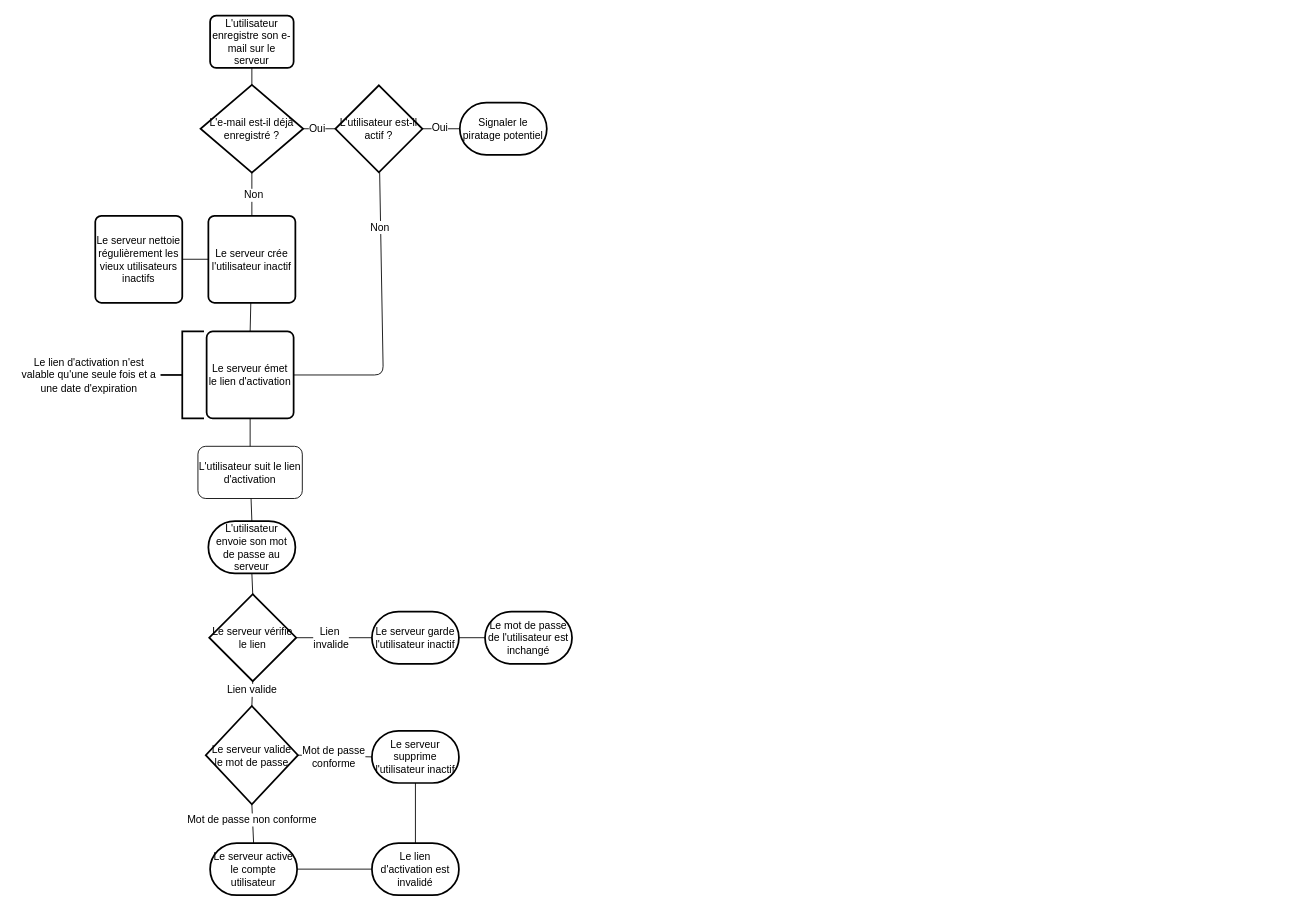
Above: features/Authentication/img/UserRegistration-fr.drawio in shopozor/saleor-backend (draw.io), before the change. Source tidied: cells renumbered, new cells numbered last; positions are measured from the earlier drawing's top-left corner, leaving out a move shared by most shapes. Both pictures are drawn from the tidied source at 87%, with x=0, y=0 at pixel (15, 15).
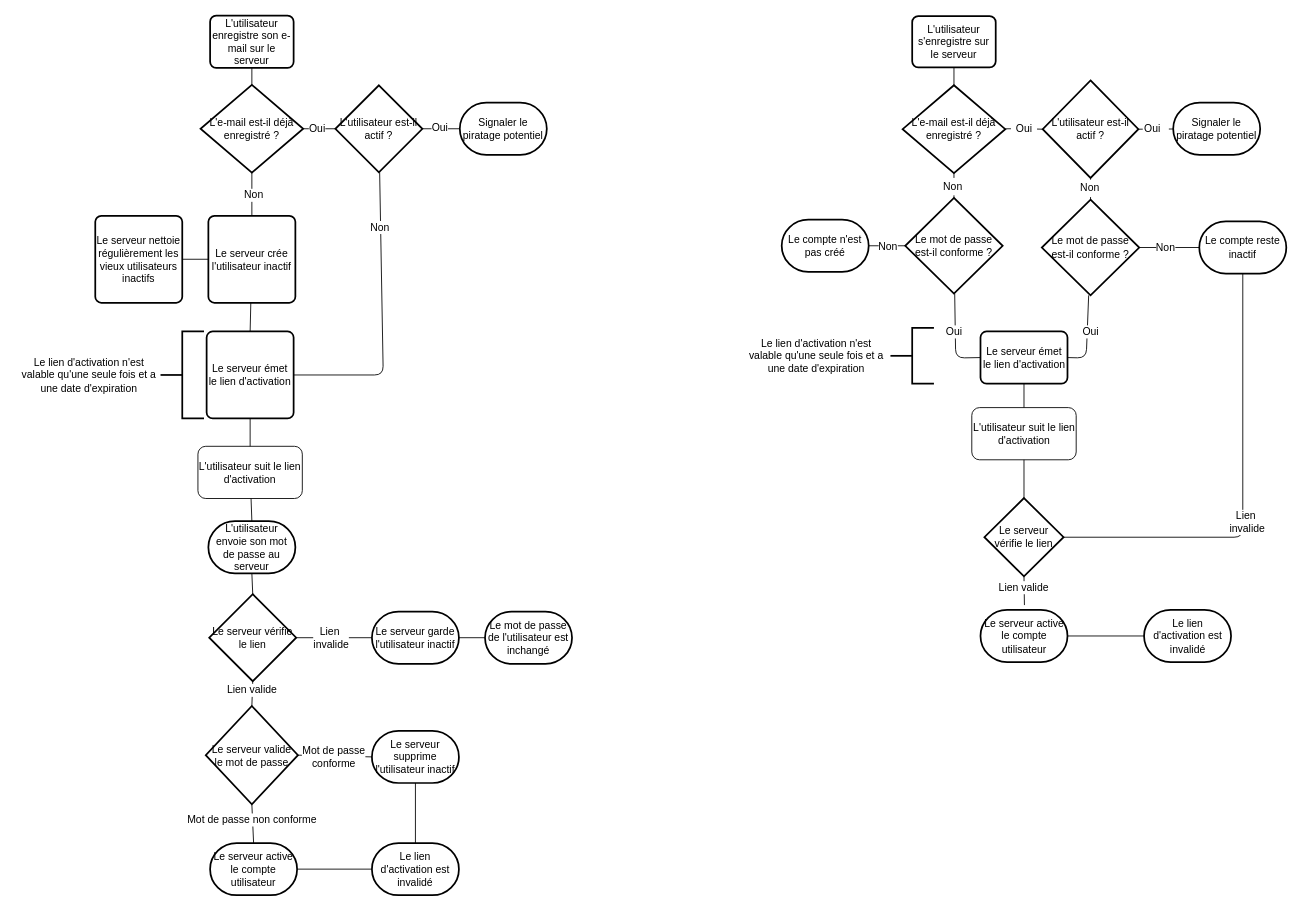
Above is the later version.

Commit message:
draw final flow chart for customer registration

Diff of the diagram source:
```diff
@@
+    <mxCell id="45" value="L'utilisateur s'enregistre sur le serveur" style="rounded=1;whiteSpace=wrap;html=1;absoluteArcSize=1;arcSize=14;strokeWidth=2;" parent="1" vertex="1">
+      <mxGeometry x="1031" y="1" width="96" height="59" as="geometry" />
+    </mxCell>
+    <mxCell id="46" value="L'e-mail est-il déjà enregistré ?" style="strokeWidth=2;html=1;shape=mxgraph.flowchart.decision;whiteSpace=wrap;" parent="1" vertex="1">
+      <mxGeometry x="1020" y="80.5" width="118" height="101" as="geometry" />
+    </mxCell>
+    <mxCell id="47" value="Le mot de passe est-il conforme ?" style="strokeWidth=2;html=1;shape=mxgraph.flowchart.decision;whiteSpace=wrap;" parent="1" vertex="1">
+      <mxGeometry x="1023" y="210" width="112" height="110" as="geometry" />
+    </mxCell>
+    <mxCell id="48" value="L'utilisateur est-il actif ?" style="strokeWidth=2;html=1;shape=mxgraph.flowchart.decision;whiteSpace=wrap;" parent="1" vertex="1">
+      <mxGeometry x="1181" y="75" width="110" height="112" as="geometry" />
+    </mxCell>
+    <mxCell id="49" style="endArrow=none;html=1;entryX=0.5;entryY=0;entryDx=0;entryDy=0;entryPerimeter=0;" parent="1" edge="1" source="45" target="46">
+      <mxGeometry relative="1" as="geometry" />
+    </mxCell>
+    <mxCell id="50" style="endArrow=none;html=1;entryX=0;entryY=0.5;entryDx=0;entryDy=0;entryPerimeter=0;" parent="1" edge="1" source="51" target="48">
+      <mxGeometry relative="1" as="geometry" />
+    </mxCell>
+    <mxCell id="51" value="Oui" style="text;html=1;strokeColor=none;fillColor=none;align=center;verticalAlign=middle;whiteSpace=wrap;rounded=0;" parent="1" vertex="1">
+      <mxGeometry x="1144.5" y="120.5" width="30" height="20" as="geometry" />
+    </mxCell>
+    <mxCell id="52" style="endArrow=none;html=1;entryX=0;entryY=0.5;entryDx=0;entryDy=0;entryPerimeter=0;" parent="1" edge="1" source="46" target="51">
+      <mxGeometry relative="1" as="geometry" />
+    </mxCell>
+    <mxCell id="53" style="endArrow=none;html=1;entryX=0.5;entryY=0;entryDx=0;entryDy=0;entryPerimeter=0;" parent="1" edge="1" source="46" target="47">
+      <mxGeometry relative="1" as="geometry" />
+    </mxCell>
+    <mxCell id="54" value="Non" style="text;html=1;strokeColor=none;fillColor=#ffffff;align=center;verticalAlign=middle;whiteSpace=wrap;rounded=0;" parent="1" vertex="1">
+      <mxGeometry x="1058" y="187" width="40" height="20" as="geometry" />
+    </mxCell>
+    <mxCell id="55" value="Signaler le piratage potentiel" style="strokeWidth=2;html=1;shape=mxgraph.flowchart.terminator;whiteSpace=wrap;" parent="1" vertex="1">
+      <mxGeometry x="1331" y="100.5" width="100" height="60" as="geometry" />
+    </mxCell>
+    <mxCell id="56" style="endArrow=none;html=1;entryX=1;entryY=0.5;entryDx=0;entryDy=0;entryPerimeter=0;" parent="1" edge="1" source="55" target="48">
+      <mxGeometry relative="1" as="geometry" />
+    </mxCell>
+    <mxCell id="57" value="Oui" style="text;html=1;align=left;verticalAlign=top;spacingTop=-4;fillColor=#ffffff;" parent="1" vertex="1">
+      <mxGeometry x="1296" y="121" width="30" height="20" as="geometry" />
+    </mxCell>
+    <mxCell id="58" value="Le serveur émet le lien d'activation" style="rounded=1;whiteSpace=wrap;html=1;absoluteArcSize=1;arcSize=14;strokeWidth=2;" parent="1" vertex="1">
+      <mxGeometry x="1109.5" y="363.5" width="100" height="60" as="geometry" />
+    </mxCell>
+    <mxCell id="59" value="Le mot de passe est-il conforme ?" style="strokeWidth=2;html=1;shape=mxgraph.flowchart.decision;whiteSpace=wrap;" parent="1" vertex="1">
+      <mxGeometry x="1180" y="212" width="112" height="110" as="geometry" />
+    </mxCell>
+    <mxCell id="60" style="endArrow=none;html=1;entryX=0.5;entryY=0;entryDx=0;entryDy=0;entryPerimeter=0;" parent="1" edge="1" source="48" target="59">
+      <mxGeometry relative="1" as="geometry" />
+    </mxCell>
+    <mxCell id="61" value="Non" style="text;html=1;strokeColor=none;fillColor=#ffffff;align=center;verticalAlign=middle;whiteSpace=wrap;rounded=0;" parent="1" vertex="1">
+      <mxGeometry x="1218" y="189" width="35" height="20" as="geometry" />
+    </mxCell>
+    <mxCell id="62" style="endArrow=none;html=1;entryX=1;entryY=0.5;entryDx=0;entryDy=0;entryPerimeter=0;" parent="1" edge="1" source="47" target="66">
+      <mxGeometry relative="1" as="geometry" />
+    </mxCell>
+    <mxCell id="63" value="Non" style="text;html=1;align=center;verticalAlign=middle;labelBackgroundColor=#ffffff;" parent="62" vertex="1">
+      <mxGeometry x="-0.6" y="4" relative="1" as="geometry">
+        <mxPoint x="-13" y="-4" as="offset" />
+      </mxGeometry>
+    </mxCell>
+    <mxCell id="64" style="endArrow=none;html=1;" parent="1" edge="1" source="59">
+      <mxGeometry relative="1" as="geometry">
+        <mxPoint x="1362.7" y="267" as="targetPoint" />
+      </mxGeometry>
+    </mxCell>
+    <mxCell id="65" value="Non" style="text;html=1;align=center;verticalAlign=middle;labelBackgroundColor=#ffffff;" parent="64" vertex="1">
+      <mxGeometry x="-0.58" y="-5" relative="1" as="geometry">
+        <mxPoint x="14" y="-5" as="offset" />
+      </mxGeometry>
+    </mxCell>
+    <mxCell id="66" value="Le compte n'est pas créé" style="strokeWidth=2;html=1;shape=mxgraph.flowchart.terminator;whiteSpace=wrap;fillColor=#ffffff;" parent="1" vertex="1">
+      <mxGeometry x="881" y="235" width="100" height="60" as="geometry" />
+    </mxCell>
+    <mxCell id="67" value="Le compte reste inactif" style="strokeWidth=2;html=1;shape=mxgraph.flowchart.terminator;whiteSpace=wrap;fillColor=#ffffff;" parent="1" vertex="1">
+      <mxGeometry x="1361" y="237" width="100" height="60" as="geometry" />
+    </mxCell>
+    <mxCell id="68" style="endArrow=none;html=1;entryX=0;entryY=0.5;entryDx=0;entryDy=0;" parent="1" edge="1" source="47" target="58">
+      <mxGeometry relative="1" as="geometry">
+        <Array as="points">
+          <mxPoint x="1081" y="394" />
+        </Array>
+      </mxGeometry>
+    </mxCell>
+    <mxCell id="69" value="Oui" style="text;html=1;align=center;verticalAlign=middle;labelBackgroundColor=#ffffff;" parent="68" vertex="1">
+      <mxGeometry x="-0.65" y="2" relative="1" as="geometry">
+        <mxPoint x="-4" y="25.5" as="offset" />
+      </mxGeometry>
+    </mxCell>
+    <mxCell id="70" style="endArrow=none;html=1;entryX=1;entryY=0.5;entryDx=0;entryDy=0;" parent="1" edge="1" source="59" target="58">
+      <mxGeometry relative="1" as="geometry">
+        <Array as="points">
+          <mxPoint x="1231" y="394" />
+        </Array>
+      </mxGeometry>
+    </mxCell>
+    <mxCell id="71" value="Oui" style="text;html=1;align=center;verticalAlign=middle;labelBackgroundColor=#ffffff;" parent="70" vertex="1">
+      <mxGeometry x="-0.61" y="-1" relative="1" as="geometry">
+        <mxPoint x="3.5" y="23.5" as="offset" />
+      </mxGeometry>
+    </mxCell>
+    <mxCell id="72" style="strokeWidth=2;html=1;shape=mxgraph.flowchart.annotation_2;align=left;flipV=1;flipH=0;" parent="1" vertex="1">
+      <mxGeometry x="1006" y="359.5" width="50" height="64" as="geometry" />
+    </mxCell>
+    <mxCell id="73" value="&lt;span&gt;Le lien d'activation n'est valable qu'une seule fois et a une date d'expiration&lt;/span&gt;" style="text;html=1;strokeColor=none;fillColor=none;align=center;verticalAlign=middle;whiteSpace=wrap;rounded=0;" parent="1" vertex="1">
+      <mxGeometry x="836" y="371.5" width="170" height="40" as="geometry" />
+    </mxCell>
+    <mxCell id="74" value="L'utilisateur suit le lien d'activation" style="rounded=1;whiteSpace=wrap;html=1;" parent="1" vertex="1">
+      <mxGeometry x="1099.5" y="451" width="120" height="60" as="geometry" />
+    </mxCell>
+    <mxCell id="75" style="endArrow=none;html=1;entryX=0.5;entryY=1;entryDx=0;entryDy=0;" parent="1" edge="1" source="74" target="58">
+      <mxGeometry relative="1" as="geometry" />
+    </mxCell>
+    <mxCell id="76" value="Le serveur vérifie le lien" style="strokeWidth=2;html=1;shape=mxgraph.flowchart.decision;whiteSpace=wrap;" parent="1" vertex="1">
+      <mxGeometry x="1114" y="555" width="91" height="90" as="geometry" />
+    </mxCell>
+    <mxCell id="77" style="endArrow=none;html=1;exitX=1;exitY=0.5;exitDx=0;exitDy=0;exitPerimeter=0;entryX=0.5;entryY=1;entryDx=0;entryDy=0;entryPerimeter=0;" parent="1" edge="1" source="76" target="67">
+      <mxGeometry relative="1" as="geometry">
+        <Array as="points">
+          <mxPoint x="1411" y="600" />
+        </Array>
+      </mxGeometry>
+    </mxCell>
+    <mxCell id="78" value="Lien&amp;nbsp;&lt;br&gt;invalide&lt;br&gt;" style="text;html=1;align=center;verticalAlign=middle;labelBackgroundColor=#ffffff;" parent="77" vertex="1">
+      <mxGeometry x="-0.13" y="-3" relative="1" as="geometry">
+        <mxPoint x="1" y="-3" as="offset" />
+      </mxGeometry>
+    </mxCell>
+    <mxCell id="79" style="endArrow=none;html=1;entryX=0.5;entryY=1;entryDx=0;entryDy=0;entryPerimeter=0;exitX=0.5;exitY=0;exitDx=0;exitDy=0;exitPerimeter=0;" parent="1" edge="1" target="76">
+      <mxGeometry relative="1" as="geometry">
+        <mxPoint x="1160" y="678" as="sourcePoint" />
+      </mxGeometry>
+    </mxCell>
+    <mxCell id="80" value="Lien valide" style="text;html=1;align=center;verticalAlign=middle;labelBackgroundColor=#ffffff;" parent="79" vertex="1">
+      <mxGeometry x="-0.51" y="-3" relative="1" as="geometry">
+        <mxPoint x="-4" y="-12" as="offset" />
+      </mxGeometry>
+    </mxCell>
+    <mxCell id="81" value="Le serveur active le compte utilisateur" style="strokeWidth=2;html=1;shape=mxgraph.flowchart.terminator;whiteSpace=wrap;" parent="1" vertex="1">
+      <mxGeometry x="1109.5" y="683.5" width="100" height="60" as="geometry" />
+    </mxCell>
+    <mxCell id="82" value="Le lien d'activation est invalidé" style="strokeWidth=2;html=1;shape=mxgraph.flowchart.terminator;whiteSpace=wrap;" parent="1" vertex="1">
+      <mxGeometry x="1297.5" y="683.5" width="100" height="60" as="geometry" />
+    </mxCell>
+    <mxCell id="83" style="endArrow=none;html=1;entryX=0;entryY=0.5;entryDx=0;entryDy=0;entryPerimeter=0;" parent="1" edge="1" source="81" target="82">
+      <mxGeometry relative="1" as="geometry" />
+    </mxCell>
+    <mxCell id="84" style="endArrow=none;html=1;entryX=0.5;entryY=0;entryDx=0;entryDy=0;entryPerimeter=0;" parent="1" edge="1" source="74" target="76">
+      <mxGeometry relative="1" as="geometry" />
+    </mxCell>
```
